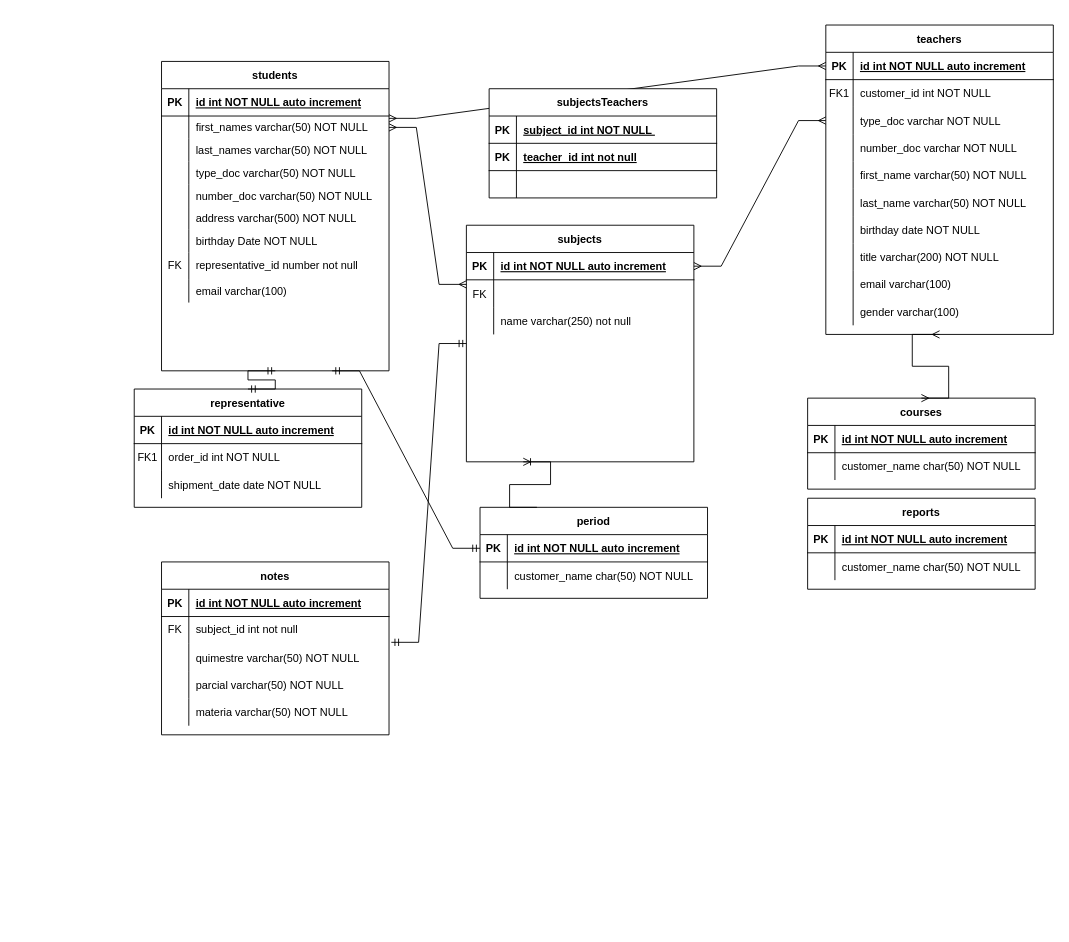
The draw.io diagram Diagrama sin título.drawio in Fernando-Zhunio/gestion-registro, before the edit. Source tidied: cells renumbered, new cells numbered last; positions are measured from the earlier drawing's top-left corner, leaving out a move shared by most shapes. Both pictures are drawn from the tidied source at 91%, with x=0, y=0 at pixel (134, 25).
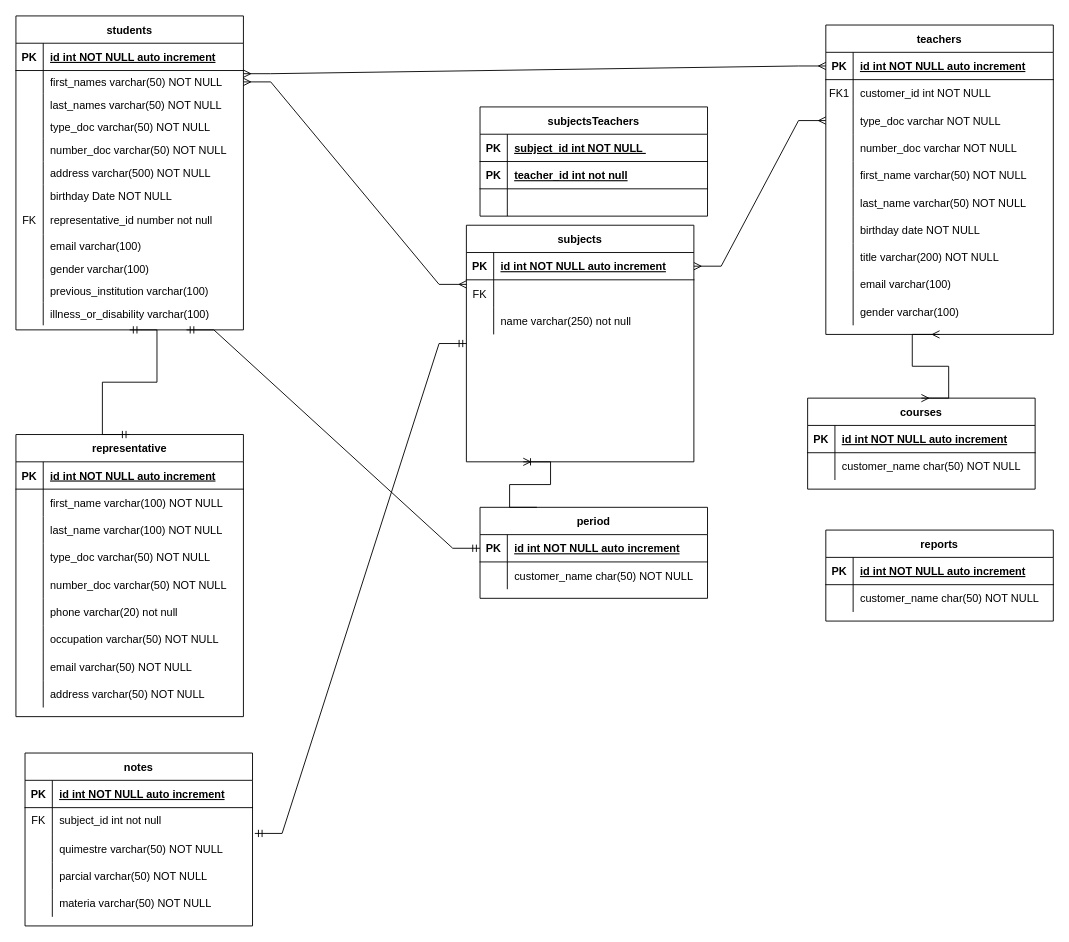
After the change.

Diff of the diagram source:
```diff
@@
     <mxCell id="33" value="representative" style="shape=table;startSize=30;childLayout=tableLayout;rowLines=0;fontStyle=1;align=center;" parent="1" vertex="1">
-      <mxGeometry y="400" width="250" height="130" as="geometry" />
+      <mxGeometry x="-130" y="450" width="250" height="310" as="geometry" />
     </mxCell>
@@
+    <mxCell id="40" style="shape=partialRectangle;fillColor=none;top=0;left=0;right=0;bottom=0;" parent="33" vertex="1">
+      <mxGeometry y="60" width="250" height="30" as="geometry" />
+    </mxCell>
+    <mxCell id="41" style="shape=partialRectangle;overflow=hidden;fillColor=none;top=0;left=0;bottom=0;right=0;" parent="40" vertex="1">
+      <mxGeometry width="30" height="30" as="geometry" />
+    </mxCell>
+    <mxCell id="42" value="first_name varchar(100) NOT NULL" style="shape=partialRectangle;overflow=hidden;fillColor=none;top=0;left=0;bottom=0;right=0;align=left;spacingLeft=6;" parent="40" vertex="1">
+      <mxGeometry x="30" width="220" height="30" as="geometry" />
+    </mxCell>
+    <mxCell id="136" style="shape=partialRectangle;fillColor=none;top=0;left=0;right=0;bottom=0;" parent="33" vertex="1">
+      <mxGeometry y="90" width="250" height="30" as="geometry" />
+    </mxCell>
+    <mxCell id="137" style="shape=partialRectangle;overflow=hidden;fillColor=none;top=0;left=0;bottom=0;right=0;" parent="136" vertex="1">
+      <mxGeometry width="30" height="30" as="geometry" />
+    </mxCell>
+    <mxCell id="138" value="last_name varchar(100) NOT NULL" style="shape=partialRectangle;overflow=hidden;fillColor=none;top=0;left=0;bottom=0;right=0;align=left;spacingLeft=6;" parent="136" vertex="1">
+      <mxGeometry x="30" width="220" height="30" as="geometry" />
+    </mxCell>
+    <mxCell id="139" style="shape=partialRectangle;fillColor=none;top=0;left=0;right=0;bottom=0;" parent="33" vertex="1">
+      <mxGeometry y="120" width="250" height="30" as="geometry" />
+    </mxCell>
+    <mxCell id="140" style="shape=partialRectangle;overflow=hidden;fillColor=none;top=0;left=0;bottom=0;right=0;" parent="139" vertex="1">
+      <mxGeometry width="30" height="30" as="geometry" />
+    </mxCell>
+    <mxCell id="141" value="type_doc varchar(50) NOT NULL" style="shape=partialRectangle;overflow=hidden;fillColor=none;top=0;left=0;bottom=0;right=0;align=left;spacingLeft=6;" parent="139" vertex="1">
+      <mxGeometry x="30" width="220" height="30" as="geometry" />
+    </mxCell>
+    <mxCell id="142" style="shape=partialRectangle;fillColor=none;top=0;left=0;right=0;bottom=0;" parent="33" vertex="1">
+      <mxGeometry y="150" width="250" height="30" as="geometry" />
+    </mxCell>
+    <mxCell id="143" style="shape=partialRectangle;overflow=hidden;fillColor=none;top=0;left=0;bottom=0;right=0;" parent="142" vertex="1">
+      <mxGeometry width="30" height="30" as="geometry" />
+    </mxCell>
+    <mxCell id="144" value="number_doc varchar(50) NOT NULL" style="shape=partialRectangle;overflow=hidden;fillColor=none;top=0;left=0;bottom=0;right=0;align=left;spacingLeft=6;" parent="142" vertex="1">
+      <mxGeometry x="30" width="220" height="30" as="geometry" />
+    </mxCell>
     <mxCell id="37" style="shape=partialRectangle;fillColor=none;top=0;left=0;right=0;bottom=0;" parent="33" vertex="1">
-      <mxGeometry y="60" width="250" height="30" as="geometry" />
+      <mxGeometry y="180" width="250" height="30" as="geometry" />
     </mxCell>
-    <mxCell id="38" value="FK1" style="shape=partialRectangle;overflow=hidden;fillColor=none;top=0;left=0;bottom=0;right=0;" parent="37" vertex="1">
+    <mxCell id="38" style="shape=partialRectangle;overflow=hidden;fillColor=none;top=0;left=0;bottom=0;right=0;" parent="37" vertex="1">
       <mxGeometry width="30" height="30" as="geometry" />
     </mxCell>
-    <mxCell id="39" value="order_id int NOT NULL" style="shape=partialRectangle;overflow=hidden;fillColor=none;top=0;left=0;bottom=0;right=0;align=left;spacingLeft=6;" parent="37" vertex="1">
+    <mxCell id="39" value="phone varchar(20) not null" style="shape=partialRectangle;overflow=hidden;fillColor=none;top=0;left=0;bottom=0;right=0;align=left;spacingLeft=6;" parent="37" vertex="1">
       <mxGeometry x="30" width="220" height="30" as="geometry" />
     </mxCell>
-    <mxCell id="40" style="shape=partialRectangle;fillColor=none;top=0;left=0;right=0;bottom=0;" parent="33" vertex="1">
-      <mxGeometry y="90" width="250" height="30" as="geometry" />
-    </mxCell>
-    <mxCell id="41" style="shape=partialRectangle;overflow=hidden;fillColor=none;top=0;left=0;bottom=0;right=0;" parent="40" vertex="1">
-      <mxGeometry width="30" height="30" as="geometry" />
-    </mxCell>
-    <mxCell id="42" value="shipment_date date NOT NULL" style="shape=partialRectangle;overflow=hidden;fillColor=none;top=0;left=0;bottom=0;right=0;align=left;spacingLeft=6;" parent="40" vertex="1">
-      <mxGeometry x="30" width="220" height="30" as="geometry" />
-    </mxCell>
+    <mxCell id="145" style="shape=partialRectangle;fillColor=none;top=0;left=0;right=0;bottom=0;" parent="33" vertex="1">
+      <mxGeometry y="210" width="250" height="30" as="geometry" />
+    </mxCell>
+    <mxCell id="146" style="shape=partialRectangle;overflow=hidden;fillColor=none;top=0;left=0;bottom=0;right=0;" parent="145" vertex="1">
+      <mxGeometry width="30" height="30" as="geometry" />
+    </mxCell>
+    <mxCell id="147" value="occupation varchar(50) NOT NULL" style="shape=partialRectangle;overflow=hidden;fillColor=none;top=0;left=0;bottom=0;right=0;align=left;spacingLeft=6;" parent="145" vertex="1">
+      <mxGeometry x="30" width="220" height="30" as="geometry" />
+    </mxCell>
+    <mxCell id="148" style="shape=partialRectangle;fillColor=none;top=0;left=0;right=0;bottom=0;" parent="33" vertex="1">
+      <mxGeometry y="240" width="250" height="30" as="geometry" />
+    </mxCell>
+    <mxCell id="149" style="shape=partialRectangle;overflow=hidden;fillColor=none;top=0;left=0;bottom=0;right=0;" parent="148" vertex="1">
+      <mxGeometry width="30" height="30" as="geometry" />
+    </mxCell>
+    <mxCell id="150" value="email varchar(50) NOT NULL" style="shape=partialRectangle;overflow=hidden;fillColor=none;top=0;left=0;bottom=0;right=0;align=left;spacingLeft=6;" parent="148" vertex="1">
+      <mxGeometry x="30" width="220" height="30" as="geometry" />
+    </mxCell>
+    <mxCell id="151" style="shape=partialRectangle;fillColor=none;top=0;left=0;right=0;bottom=0;" parent="33" vertex="1">
+      <mxGeometry y="270" width="250" height="30" as="geometry" />
+    </mxCell>
+    <mxCell id="152" style="shape=partialRectangle;overflow=hidden;fillColor=none;top=0;left=0;bottom=0;right=0;" parent="151" vertex="1">
+      <mxGeometry width="30" height="30" as="geometry" />
+    </mxCell>
+    <mxCell id="153" value="address varchar(50) NOT NULL" style="shape=partialRectangle;overflow=hidden;fillColor=none;top=0;left=0;bottom=0;right=0;align=left;spacingLeft=6;" parent="151" vertex="1">
+      <mxGeometry x="30" width="220" height="30" as="geometry" />
+    </mxCell>
     <mxCell id="43" value="students" style="shape=table;startSize=30;childLayout=tableLayout;rowLines=0;fontStyle=1;align=center;" parent="1" vertex="1">
-      <mxGeometry x="30" y="40" width="250" height="340" as="geometry" />
+      <mxGeometry x="-130" y="-10" width="250" height="345" as="geometry" />
     </mxCell>
@@
+    <mxCell id="154" style="shape=partialRectangle;fillColor=none;top=0;left=0;right=0;bottom=0;" parent="43" vertex="1">
+      <mxGeometry y="265" width="250" height="25" as="geometry" />
+    </mxCell>
+    <mxCell id="155" style="shape=partialRectangle;overflow=hidden;fillColor=none;top=0;left=0;bottom=0;right=0;" parent="154" vertex="1">
+      <mxGeometry width="30" height="25" as="geometry" />
+    </mxCell>
+    <mxCell id="156" value="gender varchar(100) " style="shape=partialRectangle;overflow=hidden;fillColor=none;top=0;left=0;bottom=0;right=0;align=left;spacingLeft=6;" parent="154" vertex="1">
+      <mxGeometry x="30" width="220" height="25" as="geometry" />
+    </mxCell>
+    <mxCell id="157" style="shape=partialRectangle;fillColor=none;top=0;left=0;right=0;bottom=0;" parent="43" vertex="1">
+      <mxGeometry y="290" width="250" height="25" as="geometry" />
+    </mxCell>
+    <mxCell id="158" style="shape=partialRectangle;overflow=hidden;fillColor=none;top=0;left=0;bottom=0;right=0;" parent="157" vertex="1">
+      <mxGeometry width="30" height="25" as="geometry" />
+    </mxCell>
+    <mxCell id="159" value="previous_institution varchar(100) " style="shape=partialRectangle;overflow=hidden;fillColor=none;top=0;left=0;bottom=0;right=0;align=left;spacingLeft=6;" parent="157" vertex="1">
+      <mxGeometry x="30" width="220" height="25" as="geometry" />
+    </mxCell>
+    <mxCell id="160" style="shape=partialRectangle;fillColor=none;top=0;left=0;right=0;bottom=0;" parent="43" vertex="1">
+      <mxGeometry y="315" width="250" height="25" as="geometry" />
+    </mxCell>
+    <mxCell id="161" style="shape=partialRectangle;overflow=hidden;fillColor=none;top=0;left=0;bottom=0;right=0;" parent="160" vertex="1">
+      <mxGeometry width="30" height="25" as="geometry" />
+    </mxCell>
+    <mxCell id="162" value="illness_or_disability varchar(100) " style="shape=partialRectangle;overflow=hidden;fillColor=none;top=0;left=0;bottom=0;right=0;align=left;spacingLeft=6;" parent="160" vertex="1">
+      <mxGeometry x="30" width="220" height="25" as="geometry" />
+    </mxCell>
@@
     <mxCell id="88" value="reports" style="shape=table;startSize=30;childLayout=tableLayout;rowLines=0;fontStyle=1;align=center;" parent="1" vertex="1">
-      <mxGeometry x="740" y="520" width="250" height="100" as="geometry" />
+      <mxGeometry x="760" y="555" width="250" height="100" as="geometry" />
     </mxCell>
@@
     <mxCell id="102" value="notes" style="shape=table;startSize=30;childLayout=tableLayout;rowLines=0;fontStyle=1;align=center;" parent="1" vertex="1">
-      <mxGeometry x="30" y="590" width="250" height="190" as="geometry" />
+      <mxGeometry x="-120" y="800" width="250" height="190" as="geometry" />
     </mxCell>
@@
     <mxCell id="126" value="subjectsTeachers" style="shape=table;startSize=30;childLayout=tableLayout;rowLines=0;fontStyle=1;align=center;" parent="1" vertex="1">
-      <mxGeometry x="390" y="70" width="250" height="120" as="geometry" />
+      <mxGeometry x="380" y="90" width="250" height="120" as="geometry" />
     </mxCell>
```
